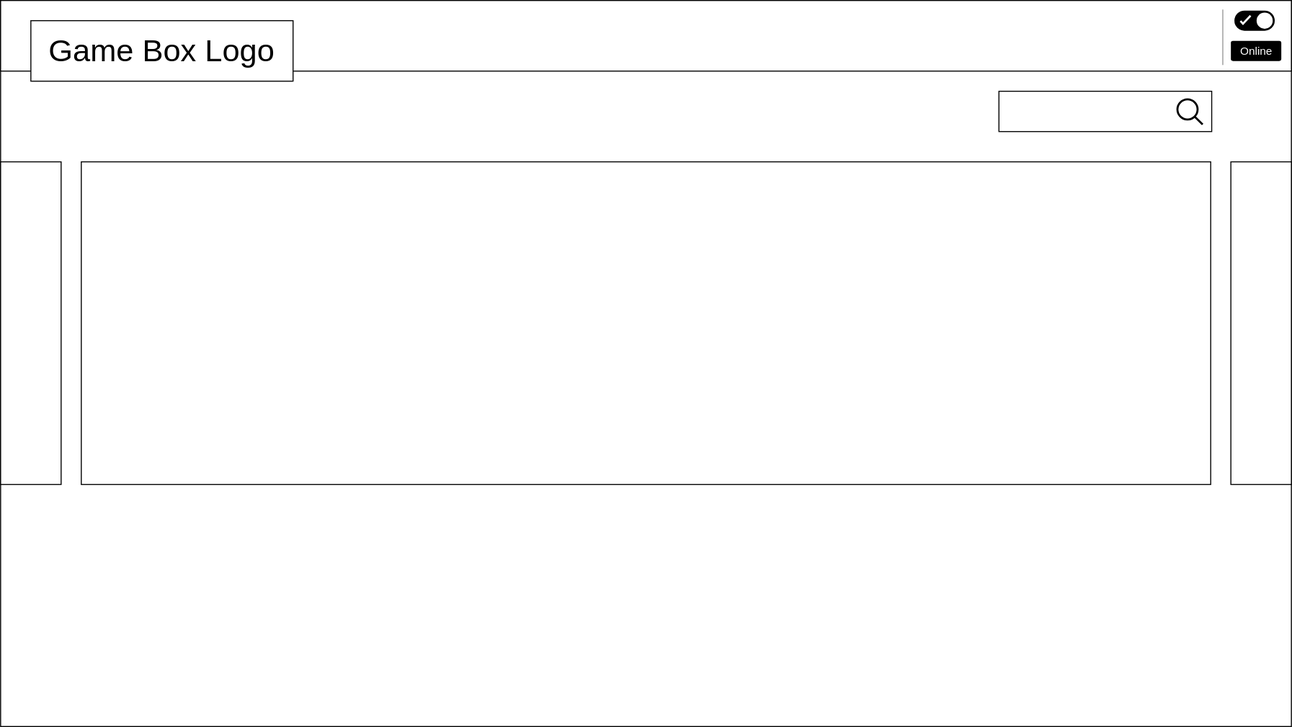
Before: docs/diagrams/homeDesktopUI.svg, a diagram exported from draw.io (vsaiprakash/gamebox-app-ui). Source tidied: cells renumbered, new cells last; positions are measured from the earlier drawing's top-left corner, leaving out a move shared by most shapes.
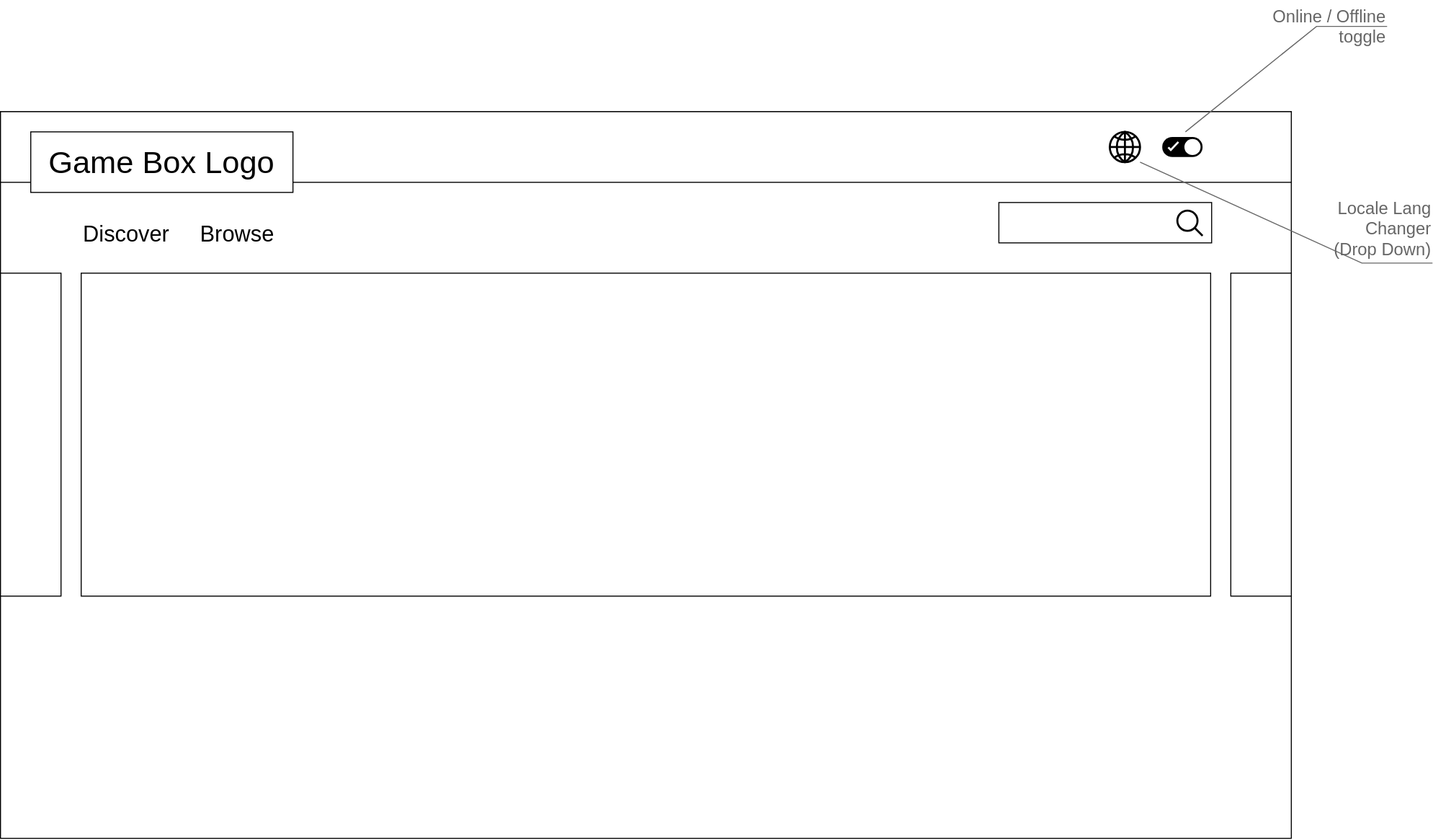
The same diagram one commit later.

The edit, as a diff of the source:
```diff
@@ -27,7 +27,7 @@
       <mxGeometry x="30" y="20" width="260" height="60" as="geometry" />
     </mxCell>
     <mxCell id="10" style="strokeColor=none;rounded=1;arcSize=50;fillColor=#000000;" parent="1" vertex="1">
-      <mxGeometry x="1223.5" y="10" width="40" height="20" as="geometry" />
+      <mxGeometry x="1152" y="25" width="40" height="20" as="geometry" />
     </mxCell>
     <mxCell id="11" style="shape=ellipse;strokeColor=none;fillColor=#FFFFFF;" parent="10" vertex="1">
       <mxGeometry x="1" y="0.5" width="16" height="16" relative="1" as="geometry">
@@ -39,14 +39,20 @@
         <mxPoint x="6" y="-5" as="offset" />
       </mxGeometry>
     </mxCell>
-    <mxCell id="13" value="Online" style="rounded=1;arcSize=10;strokeColor=none;html=1;fontSize=11;align=center;fontColor=#ffffff;fontStyle=0;fontSize=11;fillColor=#000000;" parent="1" vertex="1">
-      <mxGeometry x="1220" y="40" width="50" height="20" as="geometry" />
-    </mxCell>
-    <mxCell id="14" style="endArrow=none;html=1;labelBorderColor=none;strokeColor=#999999;" parent="1" edge="1">
-      <mxGeometry relative="1" as="geometry">
-        <mxPoint x="1212" y="64" as="sourcePoint" />
-        <mxPoint x="1212" y="9" as="targetPoint" />
-      </mxGeometry>
-    </mxCell>
+    <mxCell id="15" value="&lt;font style=&quot;font-size: 22px&quot;&gt;Discover&lt;/font&gt;" style="text;html=1;strokeColor=none;fillColor=none;align=center;verticalAlign=middle;whiteSpace=wrap;rounded=0;fontColor=#000000;" parent="1" vertex="1">
+      <mxGeometry x="80" y="103" width="90" height="37" as="geometry" />
+    </mxCell>
+    <mxCell id="16" value="&lt;font style=&quot;font-size: 22px&quot;&gt;Browse&lt;/font&gt;" style="text;html=1;strokeColor=none;fillColor=none;align=center;verticalAlign=middle;whiteSpace=wrap;rounded=0;fontColor=#000000;" parent="1" vertex="1">
+      <mxGeometry x="190" y="103" width="90" height="37" as="geometry" />
+    </mxCell>
+    <mxCell id="17" style="html=1;verticalLabelPosition=bottom;align=center;labelBackgroundColor=#ffffff;verticalAlign=top;strokeWidth=2;shadow=0;dashed=0;shape=mxgraph.ios7.icons.globe;fontColor=#000000;fillColor=none;" parent="1" vertex="1">
+      <mxGeometry x="1100" y="20" width="30" height="30" as="geometry" />
+    </mxCell>
+    <mxCell id="18" value="Online / Offline&lt;br&gt;toggle" style="strokeWidth=1;shadow=0;dashed=0;align=center;html=1;shape=mxgraph.mockup.text.callout;linkText=;textSize=17;textColor=#666666;callDir=NE;callStyle=line;fontSize=17;fontColor=#666666;align=right;verticalAlign=top;strokeColor=#666666;fillColor=none;" parent="1" vertex="1">
+      <mxGeometry x="1175" y="-110" width="200" height="130" as="geometry" />
+    </mxCell>
+    <mxCell id="19" value="Locale Lang&lt;br&gt;Changer&lt;br&gt;(Drop Down)" style="strokeWidth=1;shadow=0;dashed=0;align=center;html=1;shape=mxgraph.mockup.text.callout;linkText=;textSize=17;textColor=#666666;callDir=SE;callStyle=line;fontSize=17;fontColor=#666666;align=right;verticalAlign=bottom;strokeColor=#666666;fillColor=none;" parent="1" vertex="1">
+      <mxGeometry x="1130" y="50" width="290" height="100" as="geometry" />
+    </mxCell>
   </root>
 </mxGraphModel>
```
